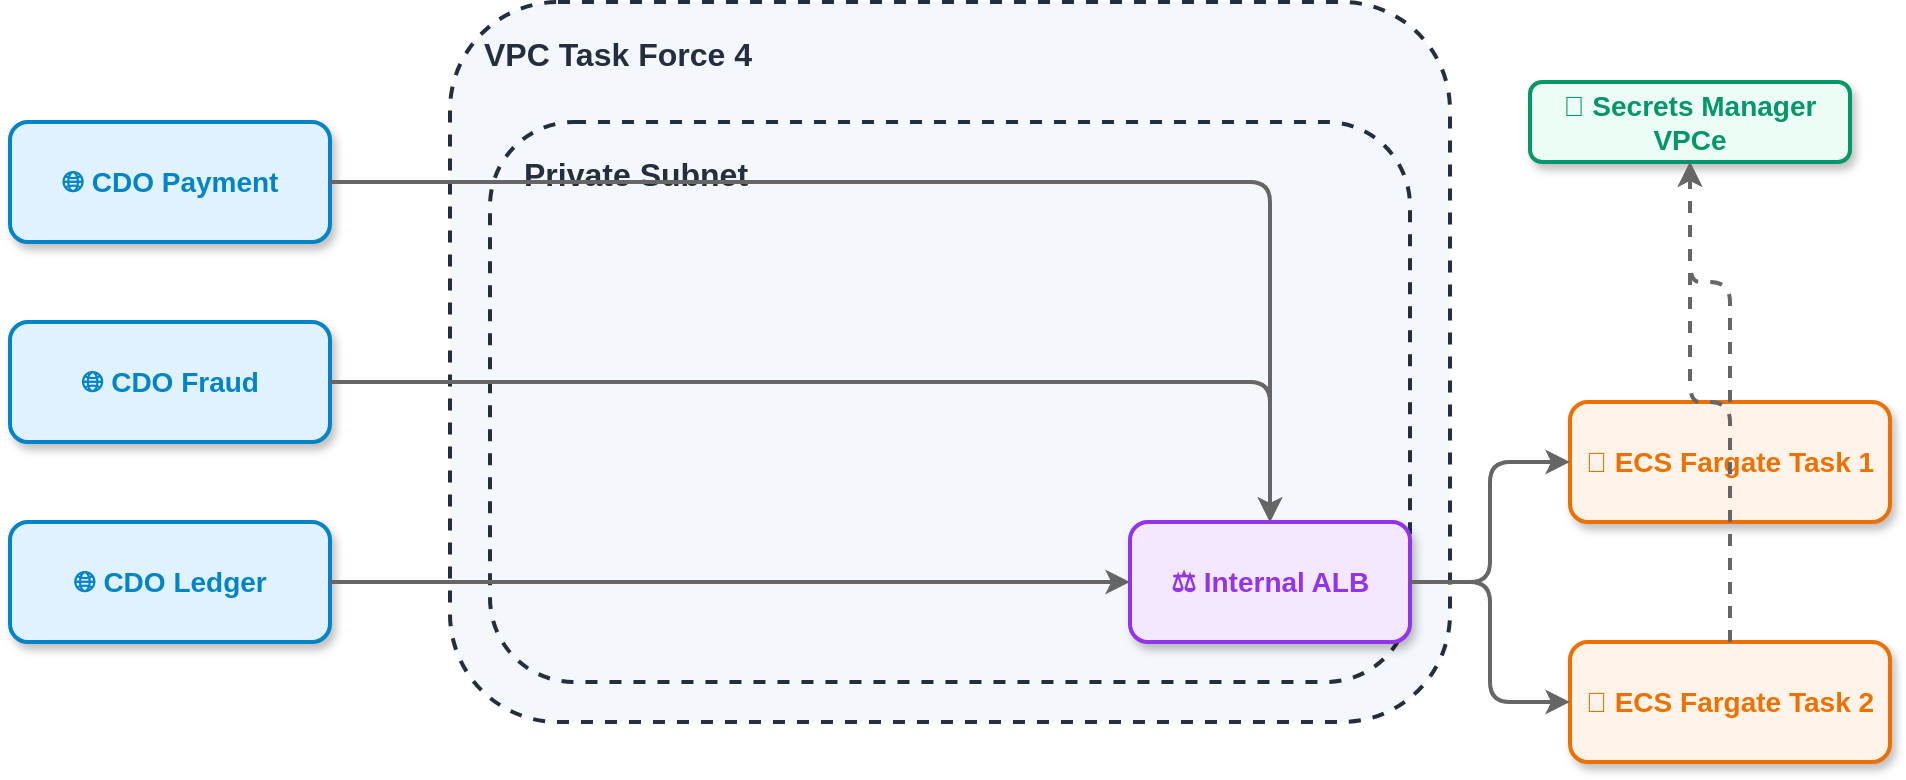
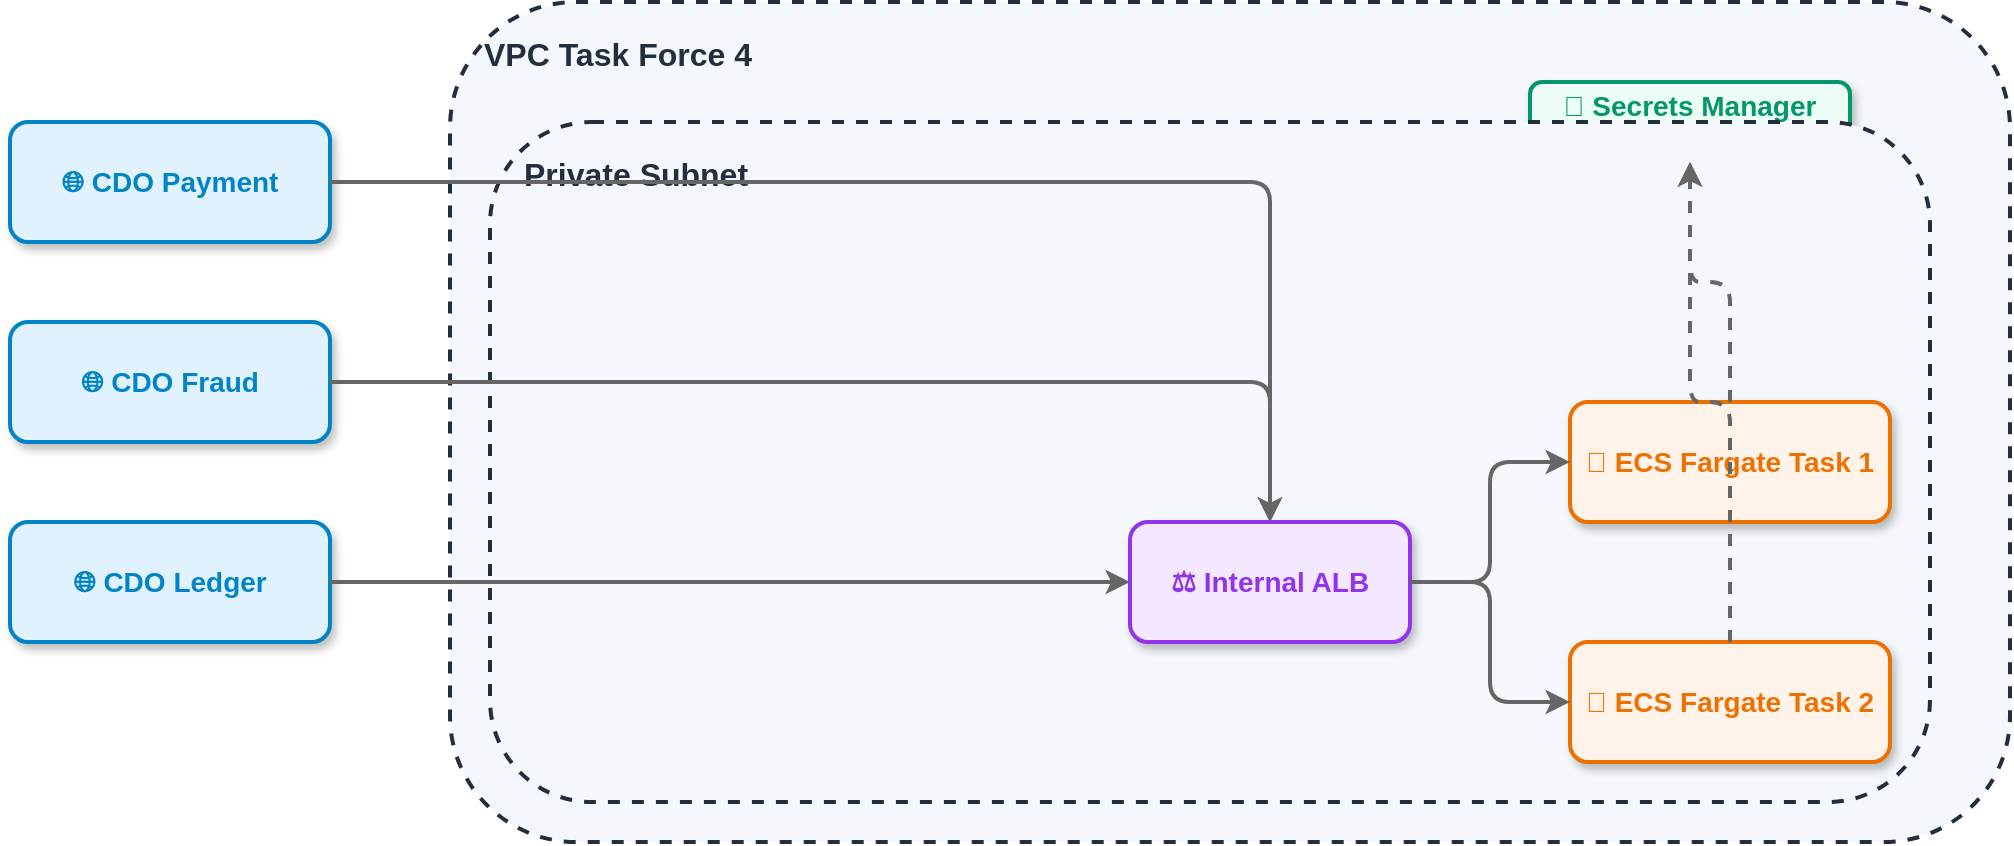
<?xml version='1.0' encoding='utf-8'?>
- <mxfile host="Electron" modified="2026-06-24T00:00:00.000Z" agent="Python script" etag="xyz" version="24.0.0" type="device"><diagram name="Page-1" id="9c28090f-22ab-4f18-a742-875f1b60054b"><mxGraphModel dx="1000" dy="1000" grid="1" gridSize="10" guides="1" tooltips="1" connect="1" arrows="1" fold="1" page="1" pageScale="1" pageWidth="827" pageHeight="1169" math="0" shadow="0"><root><mxCell id="0" /><mxCell id="1" parent="0" /><mxCell id="2" value="VPC Task Force 4" style="rounded=1;fillColor=#F4F8FC;strokeColor=#232F3E;strokeWidth=2;dashed=1;verticalAlign=top;align=left;fontSize=16;fontStyle=1;fontColor=#232F3E;spacingLeft=15;spacingTop=10;shadow=0;" vertex="1" parent="1"><mxGeometry x="260" y="40" width="500" height="360" as="geometry" /></mxCell><mxCell id="3" value="Private Subnet" style="rounded=1;fillColor=#F4F8FC;strokeColor=#232F3E;strokeWidth=2;dashed=1;verticalAlign=top;align=left;fontSize=16;fontStyle=1;fontColor=#232F3E;spacingLeft=15;spacingTop=10;shadow=0;" vertex="1" parent="1"><mxGeometry x="280" y="100" width="460" height="280" as="geometry" /></mxCell><mxCell id="4" value="🌐 CDO Payment" style="rounded=1;fillColor=#E0F2FE;strokeColor=#0284C7;strokeWidth=2;fontSize=14;fontStyle=1;fontColor=#0284C7;shadow=1;whiteSpace=wrap;" vertex="1" parent="1"><mxGeometry x="40" y="100" width="160" height="60" as="geometry" /></mxCell><mxCell id="5" value="🌐 CDO Fraud" style="rounded=1;fillColor=#E0F2FE;strokeColor=#0284C7;strokeWidth=2;fontSize=14;fontStyle=1;fontColor=#0284C7;shadow=1;whiteSpace=wrap;" vertex="1" parent="1"><mxGeometry x="40" y="200" width="160" height="60" as="geometry" /></mxCell><mxCell id="6" value="🌐 CDO Ledger" style="rounded=1;fillColor=#E0F2FE;strokeColor=#0284C7;strokeWidth=2;fontSize=14;fontStyle=1;fontColor=#0284C7;shadow=1;whiteSpace=wrap;" vertex="1" parent="1"><mxGeometry x="40" y="300" width="160" height="60" as="geometry" /></mxCell><mxCell id="7" value="⚖️ Internal ALB" style="rounded=1;fillColor=#F3E8FF;strokeColor=#9333EA;strokeWidth=2;fontSize=14;fontStyle=1;fontColor=#9333EA;shadow=1;whiteSpace=wrap;" vertex="1" parent="3"><mxGeometry x="320" y="200" width="140" height="60" as="geometry" /></mxCell><mxCell id="8" value="🐳 ECS Fargate Task 1" style="rounded=1;fillColor=#FFF2E8;strokeColor=#ED7100;strokeWidth=2;fontSize=14;fontStyle=1;fontColor=#ED7100;shadow=1;whiteSpace=wrap;" vertex="1" parent="3"><mxGeometry x="540" y="140" width="160" height="60" as="geometry" /></mxCell><mxCell id="9" value="🐳 ECS Fargate Task 2" style="rounded=1;fillColor=#FFF2E8;strokeColor=#ED7100;strokeWidth=2;fontSize=14;fontStyle=1;fontColor=#ED7100;shadow=1;whiteSpace=wrap;" vertex="1" parent="3"><mxGeometry x="540" y="260" width="160" height="60" as="geometry" /></mxCell><mxCell id="10" value="🔐 Secrets Manager VPCe" style="rounded=1;fillColor=#ECFDF5;strokeColor=#059669;strokeWidth=2;fontSize=14;fontStyle=1;fontColor=#059669;shadow=1;whiteSpace=wrap;" vertex="1" parent="2"><mxGeometry x="540" y="40" width="160" height="40" as="geometry" /></mxCell><mxCell id="11" value="" style="edgeStyle=orthogonalEdgeStyle;rounded=1;orthogonalLoop=1;jettySize=auto;html=1;strokeColor=#666666;strokeWidth=2;fontColor=#333333;fontSize=12;fontStyle=1;" edge="1" parent="1" source="4" target="7"><mxGeometry relative="1" as="geometry" /></mxCell><mxCell id="12" value="" style="edgeStyle=orthogonalEdgeStyle;rounded=1;orthogonalLoop=1;jettySize=auto;html=1;strokeColor=#666666;strokeWidth=2;fontColor=#333333;fontSize=12;fontStyle=1;" edge="1" parent="1" source="5" target="7"><mxGeometry relative="1" as="geometry" /></mxCell><mxCell id="13" value="" style="edgeStyle=orthogonalEdgeStyle;rounded=1;orthogonalLoop=1;jettySize=auto;html=1;strokeColor=#666666;strokeWidth=2;fontColor=#333333;fontSize=12;fontStyle=1;" edge="1" parent="1" source="6" target="7"><mxGeometry relative="1" as="geometry" /></mxCell><mxCell id="14" value="" style="edgeStyle=orthogonalEdgeStyle;rounded=1;orthogonalLoop=1;jettySize=auto;html=1;strokeColor=#666666;strokeWidth=2;fontColor=#333333;fontSize=12;fontStyle=1;" edge="1" parent="1" source="7" target="8"><mxGeometry relative="1" as="geometry" /></mxCell><mxCell id="15" value="" style="edgeStyle=orthogonalEdgeStyle;rounded=1;orthogonalLoop=1;jettySize=auto;html=1;strokeColor=#666666;strokeWidth=2;fontColor=#333333;fontSize=12;fontStyle=1;" edge="1" parent="1" source="7" target="9"><mxGeometry relative="1" as="geometry" /></mxCell><mxCell id="16" value="" style="edgeStyle=orthogonalEdgeStyle;rounded=1;orthogonalLoop=1;jettySize=auto;html=1;strokeColor=#666666;strokeWidth=2;fontColor=#333333;fontSize=12;fontStyle=1;dashed=1;" edge="1" parent="1" source="8" target="10"><mxGeometry relative="1" as="geometry" /></mxCell><mxCell id="17" value="" style="edgeStyle=orthogonalEdgeStyle;rounded=1;orthogonalLoop=1;jettySize=auto;html=1;strokeColor=#666666;strokeWidth=2;fontColor=#333333;fontSize=12;fontStyle=1;dashed=1;" edge="1" parent="1" source="9" target="10"><mxGeometry relative="1" as="geometry" /></mxCell></root></mxGraphModel></diagram></mxfile>+ <mxfile host="Electron" modified="2026-06-24T00:00:00.000Z" agent="Python script" etag="xyz" version="24.0.0" type="device"><diagram name="Page-1" id="9c28090f-22ab-4f18-a742-875f1b60054b"><mxGraphModel dx="1000" dy="1000" grid="1" gridSize="10" guides="1" tooltips="1" connect="1" arrows="1" fold="1" page="1" pageScale="1" pageWidth="827" pageHeight="1169" math="0" shadow="0"><root><mxCell id="0" /><mxCell id="1" parent="0" /><mxCell id="2" value="VPC Task Force 4" style="rounded=1;fillColor=#F4F8FC;strokeColor=#232F3E;strokeWidth=2;dashed=1;verticalAlign=top;align=left;fontSize=16;fontStyle=1;fontColor=#232F3E;spacingLeft=15;spacingTop=10;shadow=0;" vertex="1" parent="1"><mxGeometry x="260" y="40" width="780" height="420" as="geometry" /></mxCell><mxCell id="3" value="Private Subnet" style="rounded=1;fillColor=#F4F8FC;strokeColor=#232F3E;strokeWidth=2;dashed=1;verticalAlign=top;align=left;fontSize=16;fontStyle=1;fontColor=#232F3E;spacingLeft=15;spacingTop=10;shadow=0;" vertex="1" parent="1"><mxGeometry x="280" y="100" width="720" height="340" as="geometry" /></mxCell><mxCell id="4" value="🌐 CDO Payment" style="rounded=1;fillColor=#E0F2FE;strokeColor=#0284C7;strokeWidth=2;fontSize=14;fontStyle=1;fontColor=#0284C7;shadow=1;whiteSpace=wrap;" vertex="1" parent="1"><mxGeometry x="40" y="100" width="160" height="60" as="geometry" /></mxCell><mxCell id="5" value="🌐 CDO Fraud" style="rounded=1;fillColor=#E0F2FE;strokeColor=#0284C7;strokeWidth=2;fontSize=14;fontStyle=1;fontColor=#0284C7;shadow=1;whiteSpace=wrap;" vertex="1" parent="1"><mxGeometry x="40" y="200" width="160" height="60" as="geometry" /></mxCell><mxCell id="6" value="🌐 CDO Ledger" style="rounded=1;fillColor=#E0F2FE;strokeColor=#0284C7;strokeWidth=2;fontSize=14;fontStyle=1;fontColor=#0284C7;shadow=1;whiteSpace=wrap;" vertex="1" parent="1"><mxGeometry x="40" y="300" width="160" height="60" as="geometry" /></mxCell><mxCell id="7" value="⚖️ Internal ALB" style="rounded=1;fillColor=#F3E8FF;strokeColor=#9333EA;strokeWidth=2;fontSize=14;fontStyle=1;fontColor=#9333EA;shadow=1;whiteSpace=wrap;" vertex="1" parent="3"><mxGeometry x="320" y="200" width="140" height="60" as="geometry" /></mxCell><mxCell id="8" value="🐳 ECS Fargate Task 1" style="rounded=1;fillColor=#FFF2E8;strokeColor=#ED7100;strokeWidth=2;fontSize=14;fontStyle=1;fontColor=#ED7100;shadow=1;whiteSpace=wrap;" vertex="1" parent="3"><mxGeometry x="540" y="140" width="160" height="60" as="geometry" /></mxCell><mxCell id="9" value="🐳 ECS Fargate Task 2" style="rounded=1;fillColor=#FFF2E8;strokeColor=#ED7100;strokeWidth=2;fontSize=14;fontStyle=1;fontColor=#ED7100;shadow=1;whiteSpace=wrap;" vertex="1" parent="3"><mxGeometry x="540" y="260" width="160" height="60" as="geometry" /></mxCell><mxCell id="10" value="🔐 Secrets Manager VPCe" style="rounded=1;fillColor=#ECFDF5;strokeColor=#059669;strokeWidth=2;fontSize=14;fontStyle=1;fontColor=#059669;shadow=1;whiteSpace=wrap;" vertex="1" parent="2"><mxGeometry x="540" y="40" width="160" height="40" as="geometry" /></mxCell><mxCell id="11" value="" style="edgeStyle=orthogonalEdgeStyle;rounded=1;orthogonalLoop=1;jettySize=auto;html=1;strokeColor=#666666;strokeWidth=2;fontColor=#333333;fontSize=12;fontStyle=1;" edge="1" parent="1" source="4" target="7"><mxGeometry relative="1" as="geometry" /></mxCell><mxCell id="12" value="" style="edgeStyle=orthogonalEdgeStyle;rounded=1;orthogonalLoop=1;jettySize=auto;html=1;strokeColor=#666666;strokeWidth=2;fontColor=#333333;fontSize=12;fontStyle=1;" edge="1" parent="1" source="5" target="7"><mxGeometry relative="1" as="geometry" /></mxCell><mxCell id="13" value="" style="edgeStyle=orthogonalEdgeStyle;rounded=1;orthogonalLoop=1;jettySize=auto;html=1;strokeColor=#666666;strokeWidth=2;fontColor=#333333;fontSize=12;fontStyle=1;" edge="1" parent="1" source="6" target="7"><mxGeometry relative="1" as="geometry" /></mxCell><mxCell id="14" value="" style="edgeStyle=orthogonalEdgeStyle;rounded=1;orthogonalLoop=1;jettySize=auto;html=1;strokeColor=#666666;strokeWidth=2;fontColor=#333333;fontSize=12;fontStyle=1;" edge="1" parent="1" source="7" target="8"><mxGeometry relative="1" as="geometry" /></mxCell><mxCell id="15" value="" style="edgeStyle=orthogonalEdgeStyle;rounded=1;orthogonalLoop=1;jettySize=auto;html=1;strokeColor=#666666;strokeWidth=2;fontColor=#333333;fontSize=12;fontStyle=1;" edge="1" parent="1" source="7" target="9"><mxGeometry relative="1" as="geometry" /></mxCell><mxCell id="16" value="" style="edgeStyle=orthogonalEdgeStyle;rounded=1;orthogonalLoop=1;jettySize=auto;html=1;strokeColor=#666666;strokeWidth=2;fontColor=#333333;fontSize=12;fontStyle=1;dashed=1;" edge="1" parent="1" source="8" target="10"><mxGeometry relative="1" as="geometry" /></mxCell><mxCell id="17" value="" style="edgeStyle=orthogonalEdgeStyle;rounded=1;orthogonalLoop=1;jettySize=auto;html=1;strokeColor=#666666;strokeWidth=2;fontColor=#333333;fontSize=12;fontStyle=1;dashed=1;" edge="1" parent="1" source="9" target="10"><mxGeometry relative="1" as="geometry" /></mxCell></root></mxGraphModel></diagram></mxfile>